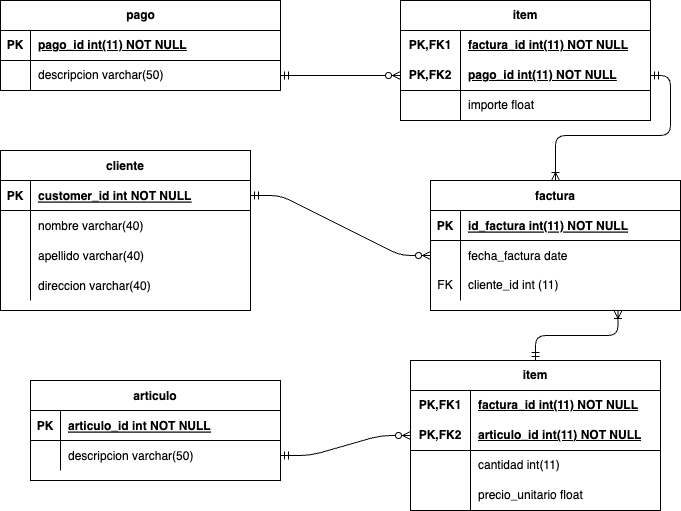
Earlier version of the draw.io export 6. Bases de datos/07.factura-der-normalizado/factura.drawio.png (arijalkemy/java-w25). Source tidied: cells renumbered, new cells last; positions are measured from the earlier drawing's top-left corner, leaving out a move shared by most shapes. Source of this version:
```xml
<mxGraphModel>
  <root>
    <mxCell id="0" />
    <mxCell id="1" parent="0" />
    <mxCell id="2" style="edgeStyle=entityRelationEdgeStyle;endArrow=ERzeroToMany;startArrow=ERmandOne;endFill=1;startFill=0;strokeColor=default;rounded=1;curved=0;" parent="1" edge="1" source="23" target="16">
      <mxGeometry relative="1" as="geometry">
        <Array as="points">
          <mxPoint x="240" y="280" />
          <mxPoint x="300" y="220" />
          <mxPoint x="240" y="260" />
          <mxPoint x="240" y="290" />
          <mxPoint x="250" y="280" />
        </Array>
      </mxGeometry>
    </mxCell>
    <mxCell id="3" style="edgeStyle=entityRelationEdgeStyle;endArrow=ERzeroToMany;startArrow=ERmandOne;endFill=1;startFill=0;exitX=1;exitY=0.5;exitDx=0;exitDy=0;entryX=0;entryY=0.5;entryDx=0;entryDy=0;" parent="1" edge="1" source="8" target="39">
      <mxGeometry relative="1" as="geometry">
        <Array as="points">
          <mxPoint x="370" y="320" />
          <mxPoint x="450" y="320" />
          <mxPoint x="240" y="320" />
          <mxPoint x="440" y="310" />
          <mxPoint x="290" y="310" />
          <mxPoint x="290" y="310" />
        </Array>
      </mxGeometry>
    </mxCell>
    <mxCell id="4" value="articulo" style="shape=table;startSize=30;rowLines=0;fontStyle=1;align=center;" parent="1" vertex="1">
      <mxGeometry x="30" y="380" width="250" height="100" as="geometry" />
    </mxCell>
    <mxCell id="5" style="shape=partialRectangle;fillColor=none;top=0;left=0;right=0;bottom=1;" parent="4" vertex="1">
      <mxGeometry y="30" width="250" height="30" as="geometry" />
    </mxCell>
    <mxCell id="6" value="PK" style="shape=partialRectangle;overflow=hidden;fillColor=none;top=0;left=0;bottom=0;right=0;fontStyle=1;" parent="5" vertex="1">
      <mxGeometry width="30" height="30" as="geometry" />
    </mxCell>
    <mxCell id="7" value="articulo_id int NOT NULL " style="shape=partialRectangle;overflow=hidden;fillColor=none;top=0;left=0;bottom=0;right=0;align=left;spacingLeft=6;fontStyle=5;" parent="5" vertex="1">
      <mxGeometry x="30" width="220" height="30" as="geometry" />
    </mxCell>
    <mxCell id="8" style="shape=partialRectangle;fillColor=none;points=[[0,0.5],[1,0.5]];portConstraint=eastwest;top=0;left=0;right=0;bottom=0;" parent="4" vertex="1">
      <mxGeometry y="60" width="250" height="30" as="geometry" />
    </mxCell>
    <mxCell id="9" style="shape=partialRectangle;overflow=hidden;fillColor=none;top=0;left=0;bottom=0;right=0;" parent="8" vertex="1">
      <mxGeometry width="30" height="30" as="geometry" />
    </mxCell>
    <mxCell id="10" value="descripcion varchar(50)" style="shape=partialRectangle;overflow=hidden;fillColor=none;top=0;left=0;bottom=0;right=0;align=left;spacingLeft=6;" parent="8" vertex="1">
      <mxGeometry x="30" width="220" height="30" as="geometry" />
    </mxCell>
    <mxCell id="11" style="edgeStyle=orthogonalEdgeStyle;rounded=0;jettySize=auto;html=1;exitX=0.5;exitY=1;exitDx=0;exitDy=0;startArrow=ERmandOne;startFill=0;endArrow=ERoneToMany;endFill=0;strokeColor=none;curved=1;" parent="1" edge="1" source="12" target="35">
      <mxGeometry relative="1" as="geometry" />
    </mxCell>
    <mxCell id="12" value="factura" style="shape=table;startSize=30;rowLines=0;fontStyle=1;align=center;" parent="1" vertex="1">
      <mxGeometry x="430" y="180" width="250" height="130" as="geometry" />
    </mxCell>
    <mxCell id="13" style="shape=partialRectangle;fillColor=none;top=0;left=0;right=0;bottom=1;" parent="12" vertex="1">
      <mxGeometry y="30" width="250" height="30" as="geometry" />
    </mxCell>
    <mxCell id="14" value="PK" style="shape=partialRectangle;overflow=hidden;fillColor=none;top=0;left=0;bottom=0;right=0;fontStyle=1;" parent="13" vertex="1">
      <mxGeometry width="30" height="30" as="geometry" />
    </mxCell>
    <mxCell id="15" value="id_factura int(11) NOT NULL " style="shape=partialRectangle;overflow=hidden;fillColor=none;top=0;left=0;bottom=0;right=0;align=left;spacingLeft=6;fontStyle=5;" parent="13" vertex="1">
      <mxGeometry x="30" width="220" height="30" as="geometry" />
    </mxCell>
    <mxCell id="16" style="shape=partialRectangle;fillColor=none;points=[[0,0.5],[1,0.5]];portConstraint=eastwest;top=0;left=0;right=0;bottom=0;" parent="12" vertex="1">
      <mxGeometry y="60" width="250" height="30" as="geometry" />
    </mxCell>
    <mxCell id="17" style="shape=partialRectangle;overflow=hidden;fillColor=none;top=0;left=0;bottom=0;right=0;" parent="16" vertex="1">
      <mxGeometry width="30" height="30" as="geometry" />
    </mxCell>
    <mxCell id="18" value="fecha_factura date" style="shape=partialRectangle;overflow=hidden;fillColor=none;top=0;left=0;bottom=0;right=0;align=left;spacingLeft=6;" parent="16" vertex="1">
      <mxGeometry x="30" width="220" height="30" as="geometry" />
    </mxCell>
    <mxCell id="19" style="shape=tableRow;horizontal=0;startSize=0;swimlaneHead=0;swimlaneBody=0;fillColor=none;top=0;left=0;right=0;bottom=0;" parent="12" vertex="1">
      <mxGeometry y="90" width="250" height="30" as="geometry" />
    </mxCell>
    <mxCell id="20" value="FK" style="shape=partialRectangle;fillColor=none;top=0;left=0;bottom=0;right=0;fontStyle=0;overflow=hidden;whiteSpace=wrap;html=1;" parent="19" vertex="1">
      <mxGeometry width="30" height="30" as="geometry" />
    </mxCell>
    <mxCell id="21" value="&lt;span style=&quot;text-wrap: nowrap;&quot;&gt;cliente_id int (11)&amp;nbsp;&lt;/span&gt;" style="shape=partialRectangle;fillColor=none;top=0;left=0;bottom=0;right=0;align=left;spacingLeft=6;fontStyle=0;overflow=hidden;whiteSpace=wrap;html=1;" parent="19" vertex="1">
      <mxGeometry x="30" width="220" height="30" as="geometry" />
    </mxCell>
    <mxCell id="22" value="cliente" style="shape=table;startSize=30;rowLines=0;fontStyle=1;align=center;" parent="1" vertex="1">
      <mxGeometry y="150" width="250" height="160" as="geometry" />
    </mxCell>
    <mxCell id="23" style="shape=partialRectangle;fillColor=none;points=[[0,0.5],[1,0.5]];portConstraint=eastwest;top=0;left=0;right=0;bottom=1;" parent="22" vertex="1">
      <mxGeometry y="30" width="250" height="30" as="geometry" />
    </mxCell>
    <mxCell id="24" value="PK" style="shape=partialRectangle;overflow=hidden;fillColor=none;top=0;left=0;bottom=0;right=0;fontStyle=1;" parent="23" vertex="1">
      <mxGeometry width="30" height="30" as="geometry" />
    </mxCell>
    <mxCell id="25" value="customer_id int NOT NULL " style="shape=partialRectangle;overflow=hidden;fillColor=none;top=0;left=0;bottom=0;right=0;align=left;spacingLeft=6;fontStyle=5;" parent="23" vertex="1">
      <mxGeometry x="30" width="220" height="30" as="geometry" />
    </mxCell>
    <mxCell id="26" style="shape=partialRectangle;fillColor=none;top=0;left=0;right=0;bottom=0;" parent="22" vertex="1">
      <mxGeometry y="60" width="250" height="30" as="geometry" />
    </mxCell>
    <mxCell id="27" style="shape=partialRectangle;overflow=hidden;fillColor=none;top=0;left=0;bottom=0;right=0;" parent="26" vertex="1">
      <mxGeometry width="30" height="30" as="geometry" />
    </mxCell>
    <mxCell id="28" value="nombre varchar(40) " style="shape=partialRectangle;overflow=hidden;fillColor=none;top=0;left=0;bottom=0;right=0;align=left;spacingLeft=6;" parent="26" vertex="1">
      <mxGeometry x="30" width="220" height="30" as="geometry" />
    </mxCell>
    <mxCell id="29" style="shape=tableRow;horizontal=0;startSize=0;swimlaneHead=0;swimlaneBody=0;fillColor=none;top=0;left=0;right=0;bottom=0;" parent="22" vertex="1">
      <mxGeometry y="90" width="250" height="30" as="geometry" />
    </mxCell>
    <mxCell id="30" style="shape=partialRectangle;fillColor=none;top=0;left=0;bottom=0;right=0;overflow=hidden;" parent="29" vertex="1">
      <mxGeometry width="30" height="30" as="geometry" />
    </mxCell>
    <mxCell id="31" value="apellido varchar(40)" style="shape=partialRectangle;fillColor=none;top=0;left=0;bottom=0;right=0;align=left;spacingLeft=6;overflow=hidden;" parent="29" vertex="1">
      <mxGeometry x="30" width="220" height="30" as="geometry" />
    </mxCell>
    <mxCell id="32" style="shape=tableRow;horizontal=0;startSize=0;swimlaneHead=0;swimlaneBody=0;fillColor=none;top=0;left=0;right=0;bottom=0;" parent="22" vertex="1">
      <mxGeometry y="120" width="250" height="30" as="geometry" />
    </mxCell>
    <mxCell id="33" style="shape=partialRectangle;fillColor=none;top=0;left=0;bottom=0;right=0;overflow=hidden;" parent="32" vertex="1">
      <mxGeometry width="30" height="30" as="geometry" />
    </mxCell>
    <mxCell id="34" value="direccion varchar(40)" style="shape=partialRectangle;fillColor=none;top=0;left=0;bottom=0;right=0;align=left;spacingLeft=6;overflow=hidden;" parent="32" vertex="1">
      <mxGeometry x="30" width="220" height="30" as="geometry" />
    </mxCell>
    <mxCell id="35" value="item" style="shape=table;startSize=30;rowLines=0;fontStyle=1;align=center;html=1;whiteSpace=wrap;" parent="1" vertex="1">
      <mxGeometry x="410" y="360" width="250" height="150" as="geometry" />
    </mxCell>
    <mxCell id="36" style="shape=tableRow;horizontal=0;startSize=0;swimlaneHead=0;swimlaneBody=0;fillColor=none;top=0;left=0;right=0;bottom=0;html=1;" parent="35" vertex="1">
      <mxGeometry y="30" width="250" height="30" as="geometry" />
    </mxCell>
    <mxCell id="37" value="PK,FK1" style="shape=partialRectangle;fillColor=none;top=0;left=0;bottom=0;right=0;fontStyle=1;overflow=hidden;html=1;whiteSpace=wrap;" parent="36" vertex="1">
      <mxGeometry width="60" height="30" as="geometry" />
    </mxCell>
    <mxCell id="38" value="factura_id int(11) NOT NULL" style="shape=partialRectangle;fillColor=none;top=0;left=0;bottom=0;right=0;align=left;spacingLeft=6;fontStyle=5;overflow=hidden;html=1;whiteSpace=wrap;" parent="36" vertex="1">
      <mxGeometry x="60" width="190" height="30" as="geometry" />
    </mxCell>
    <mxCell id="39" style="shape=tableRow;horizontal=0;startSize=0;swimlaneHead=0;swimlaneBody=0;fillColor=none;points=[[0,0.5],[1,0.5]];portConstraint=eastwest;top=0;left=0;right=0;bottom=1;html=1;" parent="35" vertex="1">
      <mxGeometry y="60" width="250" height="30" as="geometry" />
    </mxCell>
    <mxCell id="40" value="PK,FK2" style="shape=partialRectangle;fillColor=none;top=0;left=0;bottom=0;right=0;fontStyle=1;overflow=hidden;html=1;whiteSpace=wrap;" parent="39" vertex="1">
      <mxGeometry width="60" height="30" as="geometry" />
    </mxCell>
    <mxCell id="41" value="articulo_id int(11) NOT NULL" style="shape=partialRectangle;fillColor=none;top=0;left=0;bottom=0;right=0;align=left;spacingLeft=6;fontStyle=5;overflow=hidden;html=1;whiteSpace=wrap;" parent="39" vertex="1">
      <mxGeometry x="60" width="190" height="30" as="geometry" />
    </mxCell>
    <mxCell id="42" style="shape=tableRow;horizontal=0;startSize=0;swimlaneHead=0;swimlaneBody=0;fillColor=none;top=0;left=0;right=0;bottom=0;html=1;" parent="35" vertex="1">
      <mxGeometry y="90" width="250" height="30" as="geometry" />
    </mxCell>
    <mxCell id="43" style="shape=partialRectangle;fillColor=none;top=0;left=0;bottom=0;right=0;overflow=hidden;html=1;whiteSpace=wrap;" parent="42" vertex="1">
      <mxGeometry width="60" height="30" as="geometry" />
    </mxCell>
    <mxCell id="44" value="cantidad int(11)" style="shape=partialRectangle;fillColor=none;top=0;left=0;bottom=0;right=0;align=left;spacingLeft=6;overflow=hidden;html=1;whiteSpace=wrap;" parent="42" vertex="1">
      <mxGeometry x="60" width="190" height="30" as="geometry" />
    </mxCell>
    <mxCell id="45" style="shape=tableRow;horizontal=0;startSize=0;swimlaneHead=0;swimlaneBody=0;fillColor=none;top=0;left=0;right=0;bottom=0;html=1;" parent="35" vertex="1">
      <mxGeometry y="120" width="250" height="30" as="geometry" />
    </mxCell>
    <mxCell id="46" style="shape=partialRectangle;fillColor=none;top=0;left=0;bottom=0;right=0;overflow=hidden;html=1;whiteSpace=wrap;" parent="45" vertex="1">
      <mxGeometry width="60" height="30" as="geometry" />
    </mxCell>
    <mxCell id="47" value="precio_unitario float" style="shape=partialRectangle;fillColor=none;top=0;left=0;bottom=0;right=0;align=left;spacingLeft=6;overflow=hidden;html=1;whiteSpace=wrap;" parent="45" vertex="1">
      <mxGeometry x="60" width="190" height="30" as="geometry" />
    </mxCell>
    <mxCell id="48" value="pago" style="shape=table;startSize=30;rowLines=0;fontStyle=1;align=center;html=1;" parent="1" vertex="1">
      <mxGeometry width="280" height="90" as="geometry" />
    </mxCell>
    <mxCell id="49" style="shape=tableRow;horizontal=0;startSize=0;swimlaneHead=0;swimlaneBody=0;fillColor=none;top=0;left=0;right=0;bottom=1;" parent="48" vertex="1">
      <mxGeometry y="30" width="280" height="30" as="geometry" />
    </mxCell>
    <mxCell id="50" value="PK" style="shape=partialRectangle;fillColor=none;top=0;left=0;bottom=0;right=0;fontStyle=1;overflow=hidden;whiteSpace=wrap;html=1;" parent="49" vertex="1">
      <mxGeometry width="30" height="30" as="geometry" />
    </mxCell>
    <mxCell id="51" value="pago_id int(11) NOT NULL" style="shape=partialRectangle;fillColor=none;top=0;left=0;bottom=0;right=0;align=left;spacingLeft=6;fontStyle=5;overflow=hidden;whiteSpace=wrap;html=1;" parent="49" vertex="1">
      <mxGeometry x="30" width="250" height="30" as="geometry" />
    </mxCell>
    <mxCell id="52" style="shape=tableRow;horizontal=0;startSize=0;swimlaneHead=0;swimlaneBody=0;fillColor=none;points=[[0,0.5],[1,0.5]];portConstraint=eastwest;top=0;left=0;right=0;bottom=0;" parent="48" vertex="1">
      <mxGeometry y="60" width="280" height="30" as="geometry" />
    </mxCell>
    <mxCell id="53" style="shape=partialRectangle;fillColor=none;top=0;left=0;bottom=0;right=0;overflow=hidden;whiteSpace=wrap;html=1;" parent="52" vertex="1">
      <mxGeometry width="30" height="30" as="geometry" />
    </mxCell>
    <mxCell id="54" value="descripcion varchar(50)" style="shape=partialRectangle;fillColor=none;top=0;left=0;bottom=0;right=0;align=left;spacingLeft=6;overflow=hidden;whiteSpace=wrap;html=1;" parent="52" vertex="1">
      <mxGeometry x="30" width="250" height="30" as="geometry" />
    </mxCell>
    <mxCell id="55" value="item" style="shape=table;startSize=30;rowLines=0;fontStyle=1;align=center;html=1;whiteSpace=wrap;" parent="1" vertex="1">
      <mxGeometry x="400" width="250" height="120" as="geometry" />
    </mxCell>
    <mxCell id="56" style="shape=tableRow;horizontal=0;startSize=0;swimlaneHead=0;swimlaneBody=0;fillColor=none;top=0;left=0;right=0;bottom=0;html=1;" parent="55" vertex="1">
      <mxGeometry y="30" width="250" height="30" as="geometry" />
    </mxCell>
    <mxCell id="57" value="PK,FK1" style="shape=partialRectangle;fillColor=none;top=0;left=0;bottom=0;right=0;fontStyle=1;overflow=hidden;html=1;whiteSpace=wrap;" parent="56" vertex="1">
      <mxGeometry width="60" height="30" as="geometry" />
    </mxCell>
    <mxCell id="58" value="factura_id int(11) NOT NULL" style="shape=partialRectangle;fillColor=none;top=0;left=0;bottom=0;right=0;align=left;spacingLeft=6;fontStyle=5;overflow=hidden;html=1;whiteSpace=wrap;" parent="56" vertex="1">
      <mxGeometry x="60" width="190" height="30" as="geometry" />
    </mxCell>
    <mxCell id="59" style="shape=tableRow;horizontal=0;startSize=0;swimlaneHead=0;swimlaneBody=0;fillColor=none;points=[[0,0.5],[1,0.5]];portConstraint=eastwest;top=0;left=0;right=0;bottom=1;html=1;" parent="55" vertex="1">
      <mxGeometry y="60" width="250" height="30" as="geometry" />
    </mxCell>
    <mxCell id="60" value="PK,FK2" style="shape=partialRectangle;fillColor=none;top=0;left=0;bottom=0;right=0;fontStyle=1;overflow=hidden;html=1;whiteSpace=wrap;" parent="59" vertex="1">
      <mxGeometry width="60" height="30" as="geometry" />
    </mxCell>
    <mxCell id="61" value="pago_id int(11) NOT NULL" style="shape=partialRectangle;fillColor=none;top=0;left=0;bottom=0;right=0;align=left;spacingLeft=6;fontStyle=5;overflow=hidden;html=1;whiteSpace=wrap;" parent="59" vertex="1">
      <mxGeometry x="60" width="190" height="30" as="geometry" />
    </mxCell>
    <mxCell id="62" style="shape=tableRow;horizontal=0;startSize=0;swimlaneHead=0;swimlaneBody=0;fillColor=none;top=0;left=0;right=0;bottom=0;html=1;" parent="55" vertex="1">
      <mxGeometry y="90" width="250" height="30" as="geometry" />
    </mxCell>
    <mxCell id="63" style="shape=partialRectangle;fillColor=none;top=0;left=0;bottom=0;right=0;overflow=hidden;html=1;whiteSpace=wrap;" parent="62" vertex="1">
      <mxGeometry width="60" height="30" as="geometry" />
    </mxCell>
    <mxCell id="64" value="importe float" style="shape=partialRectangle;fillColor=none;top=0;left=0;bottom=0;right=0;align=left;spacingLeft=6;overflow=hidden;html=1;whiteSpace=wrap;" parent="62" vertex="1">
      <mxGeometry x="60" width="190" height="30" as="geometry" />
    </mxCell>
    <mxCell id="65" style="edgeStyle=orthogonalEdgeStyle;rounded=1;jettySize=auto;html=1;exitX=1;exitY=0.5;exitDx=0;exitDy=0;startArrow=ERmandOne;startFill=0;endArrow=ERoneToMany;endFill=0;curved=0;" parent="1" edge="1" source="59" target="12">
      <mxGeometry relative="1" as="geometry" />
    </mxCell>
    <mxCell id="66" style="edgeStyle=entityRelationEdgeStyle;endArrow=ERzeroToMany;startArrow=ERmandOne;endFill=1;startFill=0;exitX=1;exitY=0.5;exitDx=0;exitDy=0;entryX=0;entryY=0.5;entryDx=0;entryDy=0;" parent="1" edge="1" source="52" target="59">
      <mxGeometry relative="1" as="geometry">
        <Array as="points">
          <mxPoint x="380" y="330" />
          <mxPoint x="460" y="330" />
          <mxPoint x="250" y="330" />
          <mxPoint x="450" y="320" />
          <mxPoint x="300" y="320" />
          <mxPoint x="300" y="320" />
        </Array>
      </mxGeometry>
    </mxCell>
    <mxCell id="67" style="edgeStyle=orthogonalEdgeStyle;rounded=1;jettySize=auto;html=1;exitX=0.5;exitY=0;exitDx=0;exitDy=0;startArrow=ERmandOne;startFill=0;endArrow=ERoneToMany;endFill=0;curved=0;entryX=0.75;entryY=1;entryDx=0;entryDy=0;" parent="1" edge="1" source="35" target="12">
      <mxGeometry relative="1" as="geometry" />
    </mxCell>
  </root>
</mxGraphModel>
```
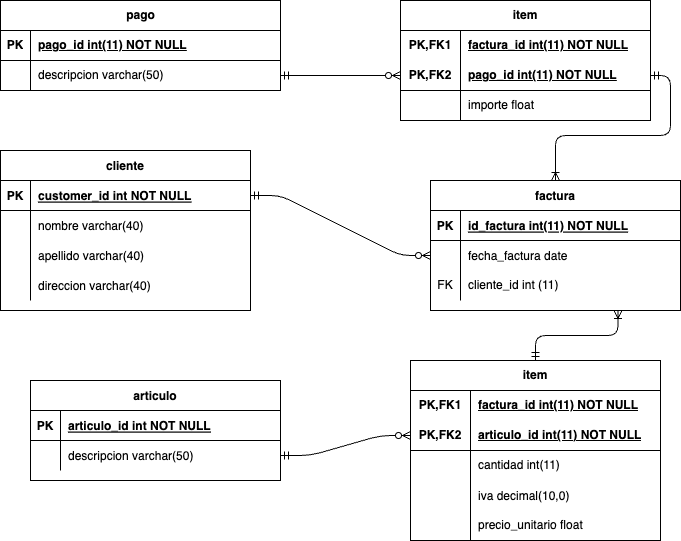
Later version of the same file.

Commit message:
add iva en der

What changed in the source:
```diff
@@ -119,7 +119,7 @@
       <mxGeometry x="30" width="220" height="30" as="geometry" />
     </mxCell>
     <mxCell id="35" value="item" style="shape=table;startSize=30;rowLines=0;fontStyle=1;align=center;html=1;whiteSpace=wrap;" parent="1" vertex="1">
-      <mxGeometry x="410" y="360" width="250" height="150" as="geometry" />
+      <mxGeometry x="410" y="360" width="250" height="180" as="geometry" />
     </mxCell>
     <mxCell id="36" style="shape=tableRow;horizontal=0;startSize=0;swimlaneHead=0;swimlaneBody=0;fillColor=none;top=0;left=0;right=0;bottom=0;html=1;" parent="35" vertex="1">
       <mxGeometry y="30" width="250" height="30" as="geometry" />
@@ -148,8 +148,17 @@
     <mxCell id="44" value="cantidad int(11)" style="shape=partialRectangle;fillColor=none;top=0;left=0;bottom=0;right=0;align=left;spacingLeft=6;overflow=hidden;html=1;whiteSpace=wrap;" parent="42" vertex="1">
       <mxGeometry x="60" width="190" height="30" as="geometry" />
     </mxCell>
+    <mxCell id="68" style="shape=tableRow;horizontal=0;startSize=0;swimlaneHead=0;swimlaneBody=0;fillColor=none;top=0;left=0;right=0;bottom=0;" parent="35" vertex="1">
+      <mxGeometry y="120" width="250" height="30" as="geometry" />
+    </mxCell>
+    <mxCell id="69" style="shape=partialRectangle;fillColor=none;top=0;left=0;bottom=0;right=0;overflow=hidden;" parent="68" vertex="1">
+      <mxGeometry width="60" height="30" as="geometry" />
+    </mxCell>
+    <mxCell id="70" value="iva decimal(10,0)" style="shape=partialRectangle;fillColor=none;top=0;left=0;bottom=0;right=0;align=left;spacingLeft=6;overflow=hidden;" parent="68" vertex="1">
+      <mxGeometry x="60" width="190" height="30" as="geometry" />
+    </mxCell>
     <mxCell id="45" style="shape=tableRow;horizontal=0;startSize=0;swimlaneHead=0;swimlaneBody=0;fillColor=none;top=0;left=0;right=0;bottom=0;html=1;" parent="35" vertex="1">
-      <mxGeometry y="120" width="250" height="30" as="geometry" />
+      <mxGeometry y="150" width="250" height="30" as="geometry" />
     </mxCell>
     <mxCell id="46" style="shape=partialRectangle;fillColor=none;top=0;left=0;bottom=0;right=0;overflow=hidden;html=1;whiteSpace=wrap;" parent="45" vertex="1">
       <mxGeometry width="60" height="30" as="geometry" />
```
